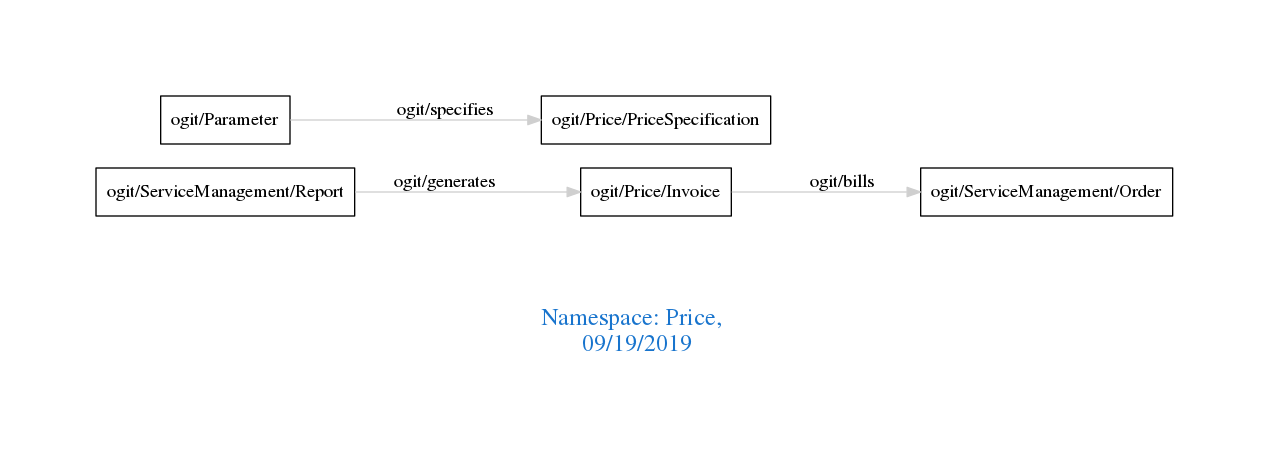
Before: downloads/Price.png, a diagram exported from Graphviz (arago/OGIT). Its source is kept beside it as downloads/Price.dot.
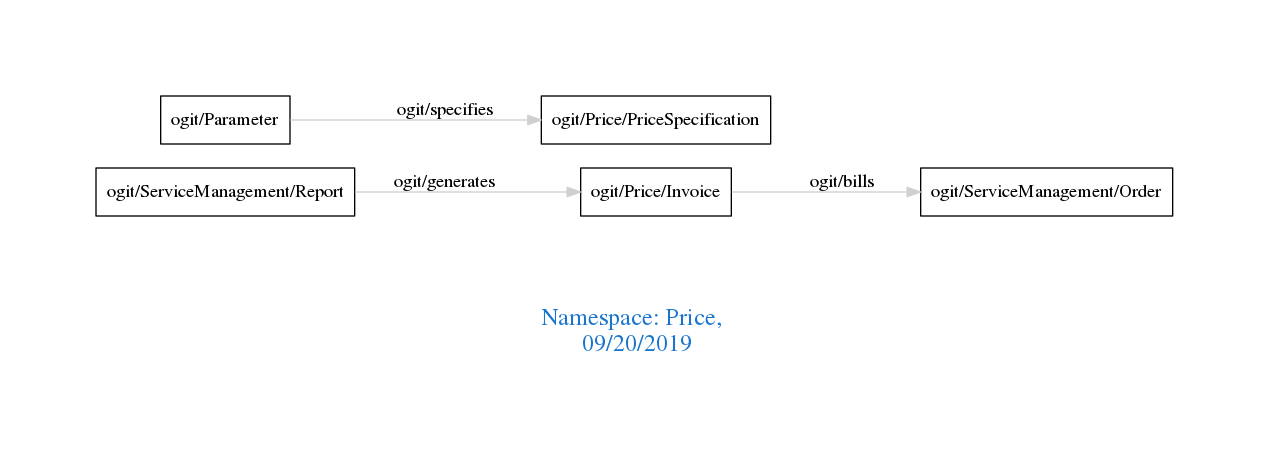
Later version of the same file.

Change to the diagram source:
```diff
@@ -1,7 +1,7 @@
 digraph OGIT_ontology {
  graph [ rankdir= LR,pad=1
 fontsize = 18,
-fontcolor= dodgerblue3,label = "\n\n\nNamespace: Price, \n 09/19/2019"];
+fontcolor= dodgerblue3,label = "\n\n\nNamespace: Price, \n 09/20/2019"];
 node[shape=polygon];
 edge [  color="gray81"];
 
```
